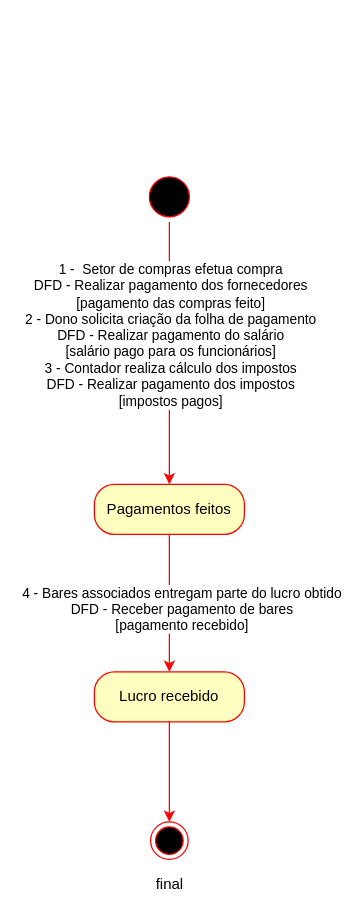
Darienzo08/ope_ads keeps this draw.io diagram as docs/ARTEFATOS(15-23)/FINANCEIRO/Controlar_Fluxo_De_Caixa/Ciclo_De_Vida_Controlar_Fluxo_De_CaixaDiagram.drawio. Above is the earlier version. Source tidied: cells renumbered, new cells numbered last; positions are measured from the earlier drawing's top-left corner, leaving out a move shared by most shapes. Both pictures are drawn from the tidied source at 125%, with x=0, y=0 at pixel (94, 171).
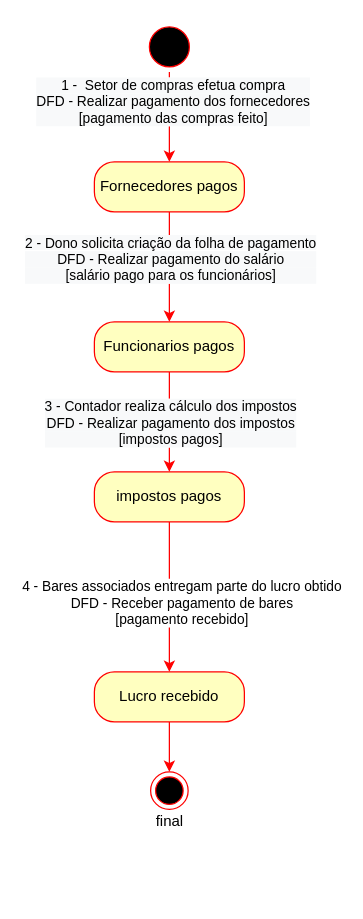
After the change.

Commit message (it also covers changes not shown here):
ciclos de vida entregar pedido-controlar fluxo de caixa

Change to the diagram source:
```diff
@@
     <mxCell id="2" style="ellipse;html=1;shape=endState;fillColor=#000000;strokeColor=#ff0000;" parent="1" vertex="1">
-      <mxGeometry x="45" y="520" width="30" height="30" as="geometry" />
+      <mxGeometry x="45" y="480" width="30" height="30" as="geometry" />
     </mxCell>
-    <mxCell id="3" style="edgeStyle=orthogonalEdgeStyle;rounded=0;jettySize=auto;html=1;exitX=0.5;exitY=1;exitDx=0;exitDy=0;entryX=0.5;entryY=0;entryDx=0;entryDy=0;strokeColor=#FF0000;" parent="1" edge="1" source="5" target="9">
+    <mxCell id="3" style="edgeStyle=orthogonalEdgeStyle;rounded=0;jettySize=auto;html=1;exitX=0.5;exitY=1;exitDx=0;exitDy=0;entryX=0.5;entryY=0;entryDx=0;entryDy=0;strokeColor=#FF0000;" parent="1" edge="1" source="13" target="9">
       <mxGeometry relative="1" as="geometry" />
     </mxCell>
-    <mxCell id="4" value="&lt;div&gt;1 -&amp;nbsp; Setor de compras efetua compra&lt;/div&gt;&lt;div&gt;DFD - Realizar pagamento dos fornecedores&lt;/div&gt;&lt;div&gt;[pagamento das compras feito]&lt;/div&gt;&lt;div&gt;2 - Dono solicita criação da folha de pagamento&lt;/div&gt;&lt;div&gt;DFD - Realizar pagamento do salário&lt;/div&gt;&lt;div&gt;[salário pago para os funcionários]&lt;/div&gt;&lt;div&gt;3 - Contador realiza cálculo dos impostos&lt;/div&gt;&lt;div&gt;DFD - Realizar pagamento dos impostos&lt;/div&gt;&lt;div&gt;[impostos pagos]&lt;/div&gt;" style="edgeLabel;html=1;align=center;verticalAlign=middle;" parent="3" vertex="1">
-      <mxGeometry x="-0.2" relative="1" as="geometry">
-        <mxPoint y="6" as="offset" />
-      </mxGeometry>
-    </mxCell>
+    <mxCell id="11" value="&lt;div style=&quot;background-color: rgb(248 , 249 , 250)&quot;&gt;3 - Contador realiza cálculo dos impostos&lt;br&gt;&lt;/div&gt;&lt;div style=&quot;background-color: rgb(248 , 249 , 250)&quot;&gt;DFD - Realizar pagamento dos impostos&lt;/div&gt;&lt;div style=&quot;background-color: rgb(248 , 249 , 250)&quot;&gt;[impostos pagos]&lt;/div&gt;" style="edgeLabel;html=1;align=center;verticalAlign=middle;" parent="3" vertex="1">
+      <mxGeometry x="-0.3" relative="1" as="geometry">
+        <mxPoint y="12" as="offset" />
+      </mxGeometry>
+    </mxCell>
     <mxCell id="5" style="ellipse;html=1;shape=startState;fillColor=#000000;strokeColor=#ff0000;" parent="1" vertex="1">
-      <mxGeometry x="40" width="40" height="40" as="geometry" />
+      <mxGeometry x="40" y="-120" width="40" height="40" as="geometry" />
     </mxCell>
@@
-    <mxCell id="9" value="Pagamentos feitos" style="rounded=1;whiteSpace=wrap;html=1;arcSize=40;fontColor=#000000;fillColor=#ffffc0;strokeColor=#ff0000;" parent="1" vertex="1">
-      <mxGeometry y="250" width="120" height="40" as="geometry" />
+    <mxCell id="9" value="impostos pagos" style="rounded=1;whiteSpace=wrap;html=1;arcSize=40;fontColor=#000000;fillColor=#ffffc0;strokeColor=#ff0000;" parent="1" vertex="1">
+      <mxGeometry y="240" width="120" height="40" as="geometry" />
     </mxCell>
     <mxCell id="10" value="final" style="text;html=1;align=center;verticalAlign=middle;" parent="1" vertex="1">
-      <mxGeometry x="40" y="560" width="40" height="20" as="geometry" />
+      <mxGeometry x="40" y="510" width="40" height="20" as="geometry" />
     </mxCell>
+    <mxCell id="12" value="&lt;div style=&quot;font-size: 11px&quot;&gt;&lt;br&gt;&lt;/div&gt;" style="text;html=1;align=center;verticalAlign=middle;" parent="1" vertex="1">
+      <mxGeometry x="50" y="-55" width="20" height="20" as="geometry" />
+    </mxCell>
+    <mxCell id="13" value="Funcionarios pagos" style="rounded=1;whiteSpace=wrap;html=1;arcSize=40;fontColor=#000000;fillColor=#ffffc0;strokeColor=#ff0000;" parent="1" vertex="1">
+      <mxGeometry y="120" width="120" height="40" as="geometry" />
+    </mxCell>
+    <mxCell id="14" style="edgeStyle=orthogonalEdgeStyle;rounded=0;jettySize=auto;html=1;exitX=0.5;exitY=1;exitDx=0;exitDy=0;entryX=0.5;entryY=0;entryDx=0;entryDy=0;strokeColor=#FF0000;" parent="1" edge="1" source="16" target="13">
+      <mxGeometry relative="1" as="geometry" />
+    </mxCell>
+    <mxCell id="15" value="&lt;span style=&quot;background-color: rgb(248 , 249 , 250)&quot;&gt;2 - Dono solicita criação da folha de pagamento&lt;/span&gt;&lt;br&gt;&lt;div style=&quot;background-color: rgb(248 , 249 , 250)&quot;&gt;DFD - Realizar pagamento do salário&lt;/div&gt;&lt;div style=&quot;background-color: rgb(248 , 249 , 250)&quot;&gt;[salário pago para os funcionários]&lt;/div&gt;" style="edgeLabel;html=1;align=center;verticalAlign=middle;" parent="14" vertex="1">
+      <mxGeometry x="-0.15" relative="1" as="geometry" />
+    </mxCell>
+    <mxCell id="16" value="Fornecedores pagos" style="rounded=1;whiteSpace=wrap;html=1;arcSize=40;fontColor=#000000;fillColor=#ffffc0;strokeColor=#ff0000;" parent="1" vertex="1">
+      <mxGeometry y="-8" width="120" height="40" as="geometry" />
+    </mxCell>
+    <mxCell id="17" style="edgeStyle=orthogonalEdgeStyle;rounded=0;jettySize=auto;html=1;exitX=0.5;exitY=1;exitDx=0;exitDy=0;entryX=0.5;entryY=0;entryDx=0;entryDy=0;strokeColor=#FF0000;" parent="1" edge="1" source="5" target="16">
+      <mxGeometry relative="1" as="geometry" />
+    </mxCell>
+    <mxCell id="18" value="&lt;div style=&quot;background-color: rgb(248 , 249 , 250)&quot;&gt;1 -&amp;nbsp; Setor de compras efetua compra&lt;/div&gt;&lt;div style=&quot;background-color: rgb(248 , 249 , 250)&quot;&gt;DFD - Realizar pagamento dos fornecedores&lt;/div&gt;&lt;div style=&quot;background-color: rgb(248 , 249 , 250)&quot;&gt;[pagamento das compras feito]&lt;/div&gt;" style="edgeLabel;html=1;align=center;verticalAlign=middle;" parent="17" vertex="1">
+      <mxGeometry x="-0.35" y="2" relative="1" as="geometry" />
+    </mxCell>
```
